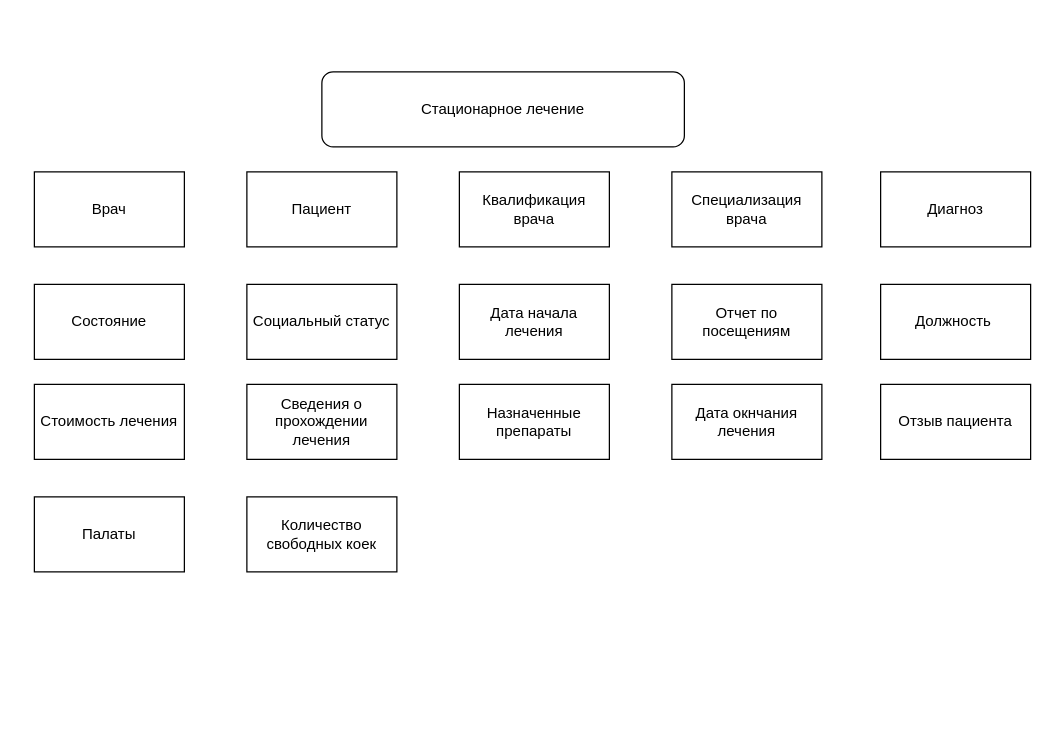
Earlier version of the draw.io diagram Untitled Diagram.drawio (aquaform/tasks_915). Source tidied: cells renumbered, new cells numbered last; positions are measured from the earlier drawing's top-left corner, leaving out a move shared by most shapes. Both pictures are drawn from the tidied source at 125%, with x=0, y=0 at pixel (34, 71).
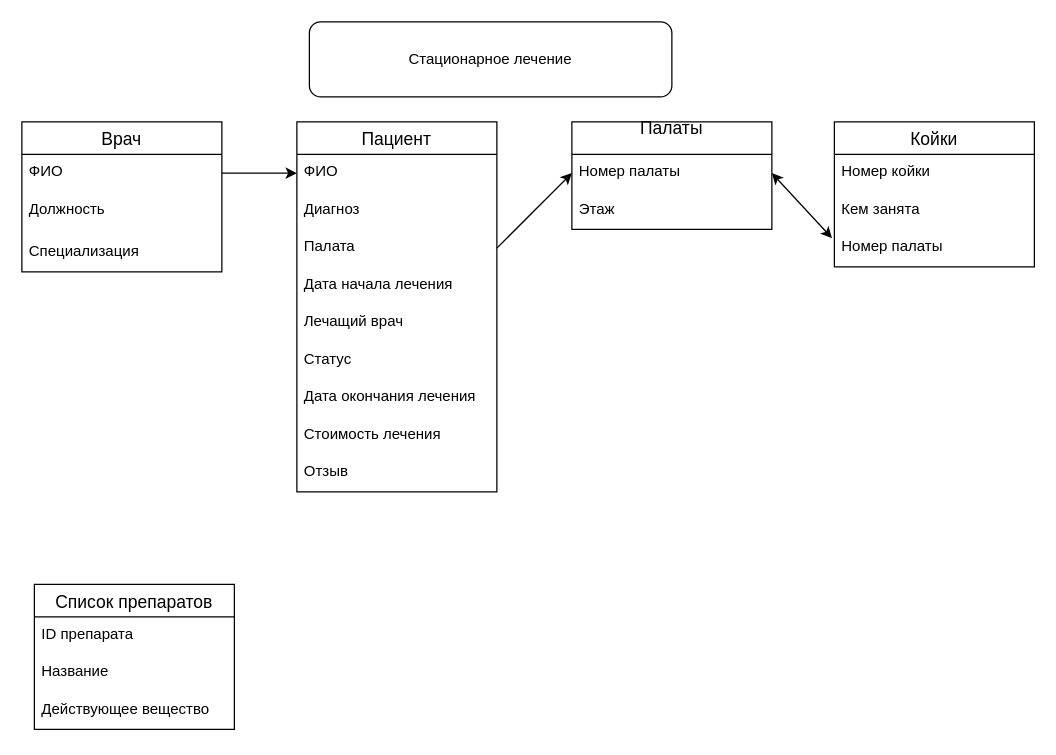
The same diagram, later.

Diff of the diagram source:
```diff
@@
     <mxCell id="2" value="Стационарное лечение" style="rounded=1;whiteSpace=wrap;html=1;" parent="1" vertex="1">
-      <mxGeometry x="230" width="290" height="60" as="geometry" />
+      <mxGeometry x="220" y="-40" width="290" height="60" as="geometry" />
     </mxCell>
-    <mxCell id="3" value="Врач" style="rounded=0;whiteSpace=wrap;html=1;" parent="1" vertex="1">
-      <mxGeometry y="80" width="120" height="60" as="geometry" />
+    <mxCell id="3" value="Врач" style="swimlane;fontStyle=0;horizontal=1;startSize=26;align=center;fontSize=14;" parent="1" vertex="1">
+      <mxGeometry x="-10" y="40" width="160" height="120" as="geometry" />
     </mxCell>
+    <mxCell id="20" value="ФИО" style="text;strokeColor=none;fillColor=none;spacingLeft=4;spacingRight=4;overflow=hidden;points=[[0,0.5],[1,0.5]];portConstraint=eastwest;fontSize=12;" parent="3" vertex="1">
+      <mxGeometry y="26" width="160" height="30" as="geometry" />
+    </mxCell>
+    <mxCell id="12" value="Должность" style="text;strokeColor=none;fillColor=none;spacingLeft=4;spacingRight=4;overflow=hidden;fontSize=12;" parent="3" vertex="1">
+      <mxGeometry y="56" width="160" height="34" as="geometry" />
+    </mxCell>
+    <mxCell id="21" value="Специализация" style="text;strokeColor=none;fillColor=none;spacingLeft=4;spacingRight=4;overflow=hidden;fontSize=12;" parent="3" vertex="1">
+      <mxGeometry y="90" width="160" height="30" as="geometry" />
+    </mxCell>
-    <mxCell id="4" value="Пациент" style="rounded=0;whiteSpace=wrap;html=1;" parent="1" vertex="1">
-      <mxGeometry x="170" y="80" width="120" height="60" as="geometry" />
+    <mxCell id="4" value="Пациент" style="swimlane;fontStyle=0;horizontal=1;startSize=26;align=center;fontSize=14;" parent="1" vertex="1">
+      <mxGeometry x="210" y="40" width="160" height="296" as="geometry" />
     </mxCell>
-    <mxCell id="5" value="Квалификация врача" style="rounded=0;whiteSpace=wrap;html=1;" parent="1" vertex="1">
-      <mxGeometry x="340" y="80" width="120" height="60" as="geometry" />
-    </mxCell>
-    <mxCell id="6" value="Специализация врача" style="rounded=0;whiteSpace=wrap;html=1;" parent="1" vertex="1">
-      <mxGeometry x="510" y="80" width="120" height="60" as="geometry" />
-    </mxCell>
+    <mxCell id="22" value="ФИО" style="text;strokeColor=none;fillColor=none;spacingLeft=4;spacingRight=4;overflow=hidden;points=[[0,0.5],[1,0.5]];portConstraint=eastwest;fontSize=12;" parent="4" vertex="1">
+      <mxGeometry y="26" width="160" height="30" as="geometry" />
+    </mxCell>
-    <mxCell id="7" value="Диагноз" style="rounded=0;whiteSpace=wrap;html=1;" parent="1" vertex="1">
-      <mxGeometry x="677" y="80" width="120" height="60" as="geometry" />
+    <mxCell id="7" value="Диагноз" style="text;strokeColor=none;fillColor=none;spacingLeft=4;spacingRight=4;overflow=hidden;fontSize=12;" parent="4" vertex="1">
+      <mxGeometry y="56" width="160" height="30" as="geometry" />
     </mxCell>
-    <mxCell id="8" value="Состояние" style="rounded=0;whiteSpace=wrap;html=1;" parent="1" vertex="1">
-      <mxGeometry y="170" width="120" height="60" as="geometry" />
-    </mxCell>
-    <mxCell id="9" value="Социальный статус" style="rounded=0;whiteSpace=wrap;html=1;" parent="1" vertex="1">
-      <mxGeometry x="170" y="170" width="120" height="60" as="geometry" />
-    </mxCell>
+    <mxCell id="23" value="Палата&#10;" style="text;strokeColor=none;fillColor=none;spacingLeft=4;spacingRight=4;overflow=hidden;points=[[0,0.5],[1,0.5]];portConstraint=eastwest;fontSize=12;" parent="4" vertex="1">
+      <mxGeometry y="86" width="160" height="30" as="geometry" />
+    </mxCell>
-    <mxCell id="10" value="Дата начала лечения" style="rounded=0;whiteSpace=wrap;html=1;" parent="1" vertex="1">
-      <mxGeometry x="340" y="170" width="120" height="60" as="geometry" />
+    <mxCell id="10" value="Дата начала лечения&#10;" style="text;strokeColor=none;fillColor=none;spacingLeft=4;spacingRight=4;overflow=hidden;fontSize=12;" parent="4" vertex="1">
+      <mxGeometry y="116" width="160" height="30" as="geometry" />
     </mxCell>
-    <mxCell id="11" value="Отчет по посещениям" style="rounded=0;whiteSpace=wrap;html=1;" parent="1" vertex="1">
-      <mxGeometry x="510" y="170" width="120" height="60" as="geometry" />
-    </mxCell>
-    <mxCell id="12" value="Должность&amp;nbsp;" style="rounded=0;whiteSpace=wrap;html=1;" parent="1" vertex="1">
-      <mxGeometry x="677" y="170" width="120" height="60" as="geometry" />
-    </mxCell>
+    <mxCell id="24" value="Лечащий врач" style="text;strokeColor=none;fillColor=none;spacingLeft=4;spacingRight=4;overflow=hidden;fontSize=12;" parent="4" vertex="1">
+      <mxGeometry y="146" width="160" height="30" as="geometry" />
+    </mxCell>
+    <mxCell id="25" value="Статус" style="text;strokeColor=none;fillColor=none;spacingLeft=4;spacingRight=4;overflow=hidden;fontSize=12;" parent="4" vertex="1">
+      <mxGeometry y="176" width="160" height="30" as="geometry" />
+    </mxCell>
+    <mxCell id="26" value="Дата окончания лечения" style="text;strokeColor=none;fillColor=none;spacingLeft=4;spacingRight=4;overflow=hidden;fontSize=12;" parent="4" vertex="1">
+      <mxGeometry y="206" width="160" height="30" as="geometry" />
+    </mxCell>
-    <mxCell id="13" value="Стоимость лечения" style="rounded=0;whiteSpace=wrap;html=1;" parent="1" vertex="1">
-      <mxGeometry y="250" width="120" height="60" as="geometry" />
+    <mxCell id="13" value="Стоимость лечения" style="text;strokeColor=none;fillColor=none;spacingLeft=4;spacingRight=4;overflow=hidden;fontSize=12;" parent="4" vertex="1">
+      <mxGeometry y="236" width="160" height="30" as="geometry" />
     </mxCell>
-    <mxCell id="14" value="Сведения о прохождении лечения" style="rounded=0;whiteSpace=wrap;html=1;" parent="1" vertex="1">
-      <mxGeometry x="170" y="250" width="120" height="60" as="geometry" />
-    </mxCell>
-    <mxCell id="15" value="Назначенные препараты" style="rounded=0;whiteSpace=wrap;html=1;" parent="1" vertex="1">
-      <mxGeometry x="340" y="250" width="120" height="60" as="geometry" />
-    </mxCell>
-    <mxCell id="16" value="Дата окнчания лечения" style="rounded=0;whiteSpace=wrap;html=1;" parent="1" vertex="1">
-      <mxGeometry x="510" y="250" width="120" height="60" as="geometry" />
-    </mxCell>
-    <mxCell id="17" value="Отзыв пациента" style="rounded=0;whiteSpace=wrap;html=1;" parent="1" vertex="1">
-      <mxGeometry x="677" y="250" width="120" height="60" as="geometry" />
-    </mxCell>
+    <mxCell id="27" value="Отзыв " style="text;strokeColor=none;fillColor=none;spacingLeft=4;spacingRight=4;overflow=hidden;fontSize=12;" parent="4" vertex="1">
+      <mxGeometry y="266" width="160" height="30" as="geometry" />
+    </mxCell>
+    <mxCell id="28" style="endArrow=classic;html=1;" parent="1" edge="1" source="20" target="22">
+      <mxGeometry relative="1" as="geometry" />
+    </mxCell>
-    <mxCell id="18" value="Палаты" style="rounded=0;whiteSpace=wrap;html=1;" parent="1" vertex="1">
-      <mxGeometry y="340" width="120" height="60" as="geometry" />
+    <mxCell id="18" value="Палаты&#10;" style="swimlane;fontStyle=0;horizontal=1;startSize=26;align=center;fontSize=14;" parent="1" vertex="1">
+      <mxGeometry x="430" y="40" width="160" height="86" as="geometry" />
     </mxCell>
-    <mxCell id="19" value="Количество свободных коек" style="rounded=0;whiteSpace=wrap;html=1;" parent="1" vertex="1">
-      <mxGeometry x="170" y="340" width="120" height="60" as="geometry" />
-    </mxCell>
+    <mxCell id="29" value="Номер палаты" style="text;strokeColor=none;fillColor=none;spacingLeft=4;spacingRight=4;overflow=hidden;points=[[0,0.5],[1,0.5]];portConstraint=eastwest;fontSize=12;" parent="18" vertex="1">
+      <mxGeometry y="26" width="160" height="30" as="geometry" />
+    </mxCell>
+    <mxCell id="30" value="Этаж" style="text;strokeColor=none;fillColor=none;spacingLeft=4;spacingRight=4;overflow=hidden;fontSize=12;" parent="18" vertex="1">
+      <mxGeometry y="56" width="160" height="30" as="geometry" />
+    </mxCell>
+    <mxCell id="31" value="Койки" style="swimlane;fontStyle=0;horizontal=1;startSize=26;align=center;fontSize=14;" parent="1" vertex="1">
+      <mxGeometry x="640" y="40" width="160" height="116" as="geometry" />
+    </mxCell>
+    <mxCell id="32" value="Номер койки" style="text;strokeColor=none;fillColor=none;spacingLeft=4;spacingRight=4;overflow=hidden;fontSize=12;" parent="31" vertex="1">
+      <mxGeometry y="26" width="160" height="30" as="geometry" />
+    </mxCell>
+    <mxCell id="33" value="Кем занята" style="text;strokeColor=none;fillColor=none;spacingLeft=4;spacingRight=4;overflow=hidden;fontSize=12;" parent="31" vertex="1">
+      <mxGeometry y="56" width="160" height="30" as="geometry" />
+    </mxCell>
+    <mxCell id="34" value="Номер палаты" style="text;strokeColor=none;fillColor=none;spacingLeft=4;spacingRight=4;overflow=hidden;points=[[0,0.5],[1,0.5]];portConstraint=eastwest;fontSize=12;" parent="31" vertex="1">
+      <mxGeometry y="86" width="160" height="30" as="geometry" />
+    </mxCell>
+    <mxCell id="35" style="endArrow=classic;startArrow=classic;html=1;entryX=-0.012;entryY=0.233;entryDx=0;entryDy=0;entryPerimeter=0;exitX=1;exitY=0.5;exitDx=0;exitDy=0;" parent="1" edge="1" source="29" target="34">
+      <mxGeometry relative="1" as="geometry" />
+    </mxCell>
+    <mxCell id="36" value="Список препаратов" style="swimlane;fontStyle=0;horizontal=1;startSize=26;align=center;fontSize=14;" parent="1" vertex="1">
+      <mxGeometry y="410" width="160" height="116" as="geometry" />
+    </mxCell>
+    <mxCell id="37" value="ID препарата" style="text;strokeColor=none;fillColor=none;spacingLeft=4;spacingRight=4;overflow=hidden;fontSize=12;" parent="36" vertex="1">
+      <mxGeometry y="26" width="160" height="30" as="geometry" />
+    </mxCell>
+    <mxCell id="38" value="Название" style="text;strokeColor=none;fillColor=none;spacingLeft=4;spacingRight=4;overflow=hidden;fontSize=12;" parent="36" vertex="1">
+      <mxGeometry y="56" width="160" height="30" as="geometry" />
+    </mxCell>
+    <mxCell id="39" value="Действующее вещество" style="text;strokeColor=none;fillColor=none;spacingLeft=4;spacingRight=4;overflow=hidden;fontSize=12;" parent="36" vertex="1">
+      <mxGeometry y="86" width="160" height="30" as="geometry" />
+    </mxCell>
+    <mxCell id="40" style="endArrow=classic;html=1;entryX=0;entryY=0.5;entryDx=0;entryDy=0;exitX=1;exitY=0.5;exitDx=0;exitDy=0;" parent="1" edge="1" source="23" target="29">
+      <mxGeometry relative="1" as="geometry" />
+    </mxCell>
```
